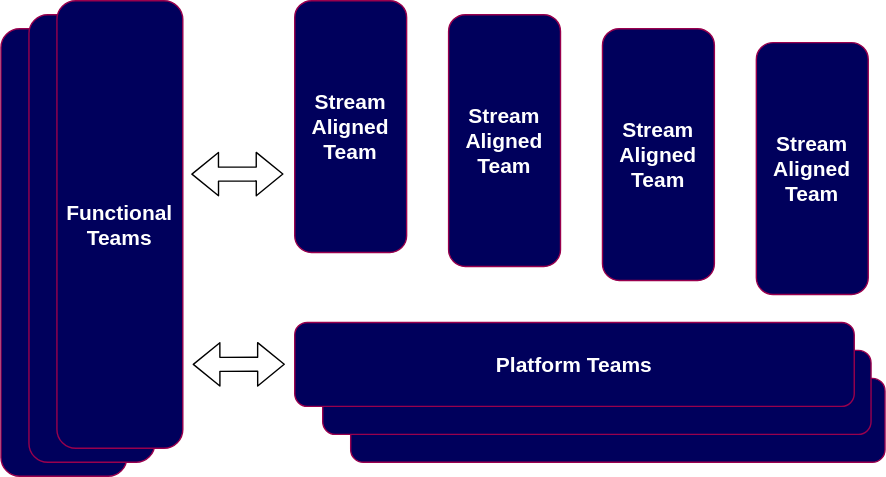
The draw.io diagram docs/framework/img/team-topologies.svg in michelin/Continuous-Architecture-Toolkit, before a commit. Source tidied: cells renumbered, new cells last; positions are measured from the earlier drawing's top-left corner, leaving out a move shared by most shapes.
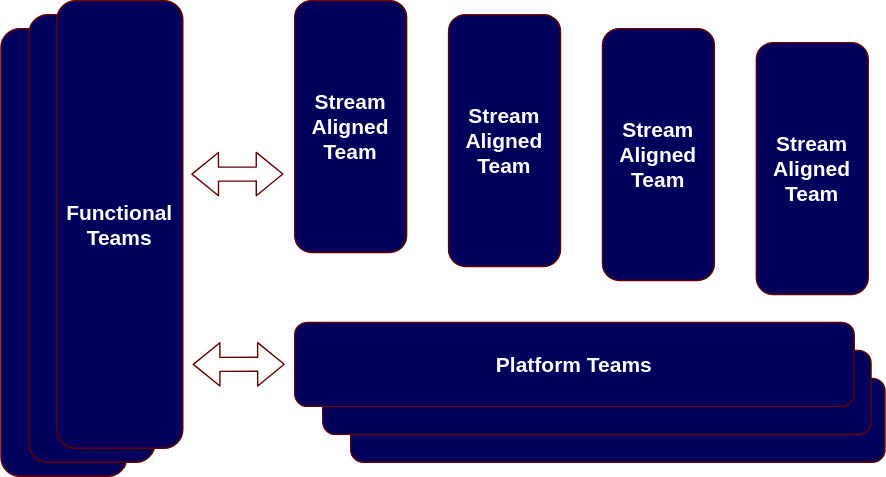
After the change.

Commit message:
teq; topologies

The edit, as a diff of the source:
```diff
@@ -2,43 +2,43 @@
   <root>
     <mxCell id="0" />
     <mxCell id="1" parent="0" />
-    <mxCell id="2" style="rounded=1;whiteSpace=wrap;html=1;fontSize=15;fontStyle=1;fontColor=#FFFFFF;fillColor=#00005C;direction=south;strokeColor=#99004D;" parent="1" vertex="1">
+    <mxCell id="2" style="rounded=1;whiteSpace=wrap;html=1;fontSize=15;fontStyle=1;fontColor=#FFFFFF;fillColor=#00005C;direction=south;strokeColor=#660000;" parent="1" vertex="1">
       <mxGeometry y="20" width="90" height="320" as="geometry" />
     </mxCell>
-    <mxCell id="3" style="rounded=1;whiteSpace=wrap;html=1;fontSize=15;fontStyle=1;fontColor=#FFFFFF;fillColor=#00005C;direction=south;strokeColor=#99004D;" parent="1" vertex="1">
+    <mxCell id="3" style="rounded=1;whiteSpace=wrap;html=1;fontSize=15;fontStyle=1;fontColor=#FFFFFF;fillColor=#00005C;direction=south;strokeColor=#660000;" parent="1" vertex="1">
       <mxGeometry x="20" y="10" width="90" height="320" as="geometry" />
     </mxCell>
-    <mxCell id="4" style="rounded=1;whiteSpace=wrap;html=1;fontSize=15;fontStyle=1;fontColor=#FFFFFF;fillColor=#00005C;direction=south;strokeColor=#99004D;" parent="1" vertex="1">
+    <mxCell id="4" style="rounded=1;whiteSpace=wrap;html=1;fontSize=15;fontStyle=1;fontColor=#FFFFFF;fillColor=#00005C;direction=south;strokeColor=#660000;" parent="1" vertex="1">
       <mxGeometry x="250" y="270" width="382" height="60" as="geometry" />
     </mxCell>
-    <mxCell id="5" style="rounded=1;whiteSpace=wrap;html=1;fontSize=15;fontStyle=1;fontColor=#FFFFFF;fillColor=#00005C;direction=south;strokeColor=#99004D;" parent="1" vertex="1">
+    <mxCell id="5" style="rounded=1;whiteSpace=wrap;html=1;fontSize=15;fontStyle=1;fontColor=#FFFFFF;fillColor=#00005C;direction=south;strokeColor=#660000;" parent="1" vertex="1">
       <mxGeometry x="230" y="250" width="392" height="60" as="geometry" />
     </mxCell>
-    <mxCell id="6" value="Stream Aligned Team" style="rounded=1;whiteSpace=wrap;html=1;fontSize=15;fontStyle=1;fontColor=#FFFFFF;fillColor=#00005C;direction=south;strokeColor=#99004D;" parent="1" vertex="1">
+    <mxCell id="6" value="Stream Aligned Team" style="rounded=1;whiteSpace=wrap;html=1;fontSize=15;fontStyle=1;fontColor=#FFFFFF;fillColor=#00005C;direction=south;strokeColor=#660000;" parent="1" vertex="1">
       <mxGeometry x="210" width="80" height="180" as="geometry" />
     </mxCell>
-    <mxCell id="7" value="Stream Aligned Team" style="rounded=1;whiteSpace=wrap;html=1;fontSize=15;fontStyle=1;fontColor=#FFFFFF;fillColor=#00005C;direction=south;strokeColor=#99004D;" parent="1" vertex="1">
+    <mxCell id="7" value="Stream Aligned Team" style="rounded=1;whiteSpace=wrap;html=1;fontSize=15;fontStyle=1;fontColor=#FFFFFF;fillColor=#00005C;direction=south;strokeColor=#660000;" parent="1" vertex="1">
       <mxGeometry x="320" y="10" width="80" height="180" as="geometry" />
     </mxCell>
-    <mxCell id="8" value="Stream Aligned Team" style="rounded=1;whiteSpace=wrap;html=1;fontSize=15;fontStyle=1;fontColor=#FFFFFF;fillColor=#00005C;direction=south;strokeColor=#99004D;" parent="1" vertex="1">
+    <mxCell id="8" value="Stream Aligned Team" style="rounded=1;whiteSpace=wrap;html=1;fontSize=15;fontStyle=1;fontColor=#FFFFFF;fillColor=#00005C;direction=south;strokeColor=#660000;" parent="1" vertex="1">
       <mxGeometry x="430" y="20" width="80" height="180" as="geometry" />
     </mxCell>
-    <mxCell id="9" value="Stream Aligned Team" style="rounded=1;whiteSpace=wrap;html=1;fontSize=15;fontStyle=1;fontColor=#FFFFFF;fillColor=#00005C;direction=south;strokeColor=#99004D;" parent="1" vertex="1">
+    <mxCell id="9" value="Stream Aligned Team" style="rounded=1;whiteSpace=wrap;html=1;fontSize=15;fontStyle=1;fontColor=#FFFFFF;fillColor=#00005C;direction=south;strokeColor=#660000;" parent="1" vertex="1">
       <mxGeometry x="540" y="30" width="80" height="180" as="geometry" />
     </mxCell>
-    <mxCell id="10" value="Platform Teams" style="rounded=1;whiteSpace=wrap;html=1;fontSize=15;fontStyle=1;fontColor=#FFFFFF;fillColor=#00005C;direction=south;strokeColor=#99004D;" parent="1" vertex="1">
+    <mxCell id="10" value="Platform Teams" style="rounded=1;whiteSpace=wrap;html=1;fontSize=15;fontStyle=1;fontColor=#FFFFFF;fillColor=#00005C;direction=south;strokeColor=#660000;" parent="1" vertex="1">
       <mxGeometry x="210" y="230" width="400" height="60" as="geometry" />
     </mxCell>
-    <mxCell id="11" value="Functional Teams" style="rounded=1;whiteSpace=wrap;html=1;fontSize=15;fontStyle=1;fontColor=#FFFFFF;fillColor=#00005C;direction=south;strokeColor=#99004D;" parent="1" vertex="1">
+    <mxCell id="11" value="Functional Teams" style="rounded=1;whiteSpace=wrap;html=1;fontSize=15;fontStyle=1;fontColor=#FFFFFF;fillColor=#00005C;direction=south;strokeColor=#660000;" parent="1" vertex="1">
       <mxGeometry x="40" width="90" height="320" as="geometry" />
     </mxCell>
-    <mxCell id="12" style="shape=flexArrow;endArrow=classic;startArrow=classic;html=1;fontSize=15;fontColor=#FFFFFF;entryX=0.944;entryY=1;entryDx=0;entryDy=0;entryPerimeter=0;" parent="1" edge="1">
+    <mxCell id="12" style="shape=flexArrow;endArrow=classic;startArrow=classic;html=1;fontSize=15;fontColor=#FFFFFF;entryX=0.944;entryY=1;entryDx=0;entryDy=0;entryPerimeter=0;strokeColor=#660000;" parent="1" edge="1">
       <mxGeometry relative="1" as="geometry">
         <mxPoint x="136" y="124" as="sourcePoint" />
         <mxPoint x="202" y="123.9" as="targetPoint" />
       </mxGeometry>
     </mxCell>
-    <mxCell id="13" style="shape=flexArrow;endArrow=classic;startArrow=classic;html=1;fontSize=15;fontColor=#FFFFFF;entryX=0.944;entryY=1;entryDx=0;entryDy=0;entryPerimeter=0;" parent="1" edge="1">
+    <mxCell id="13" style="shape=flexArrow;endArrow=classic;startArrow=classic;html=1;fontSize=15;fontColor=#FFFFFF;entryX=0.944;entryY=1;entryDx=0;entryDy=0;entryPerimeter=0;strokeColor=#660000;" parent="1" edge="1">
       <mxGeometry relative="1" as="geometry">
         <mxPoint x="137" y="260" as="sourcePoint" />
         <mxPoint x="203" y="259.9" as="targetPoint" />
```
